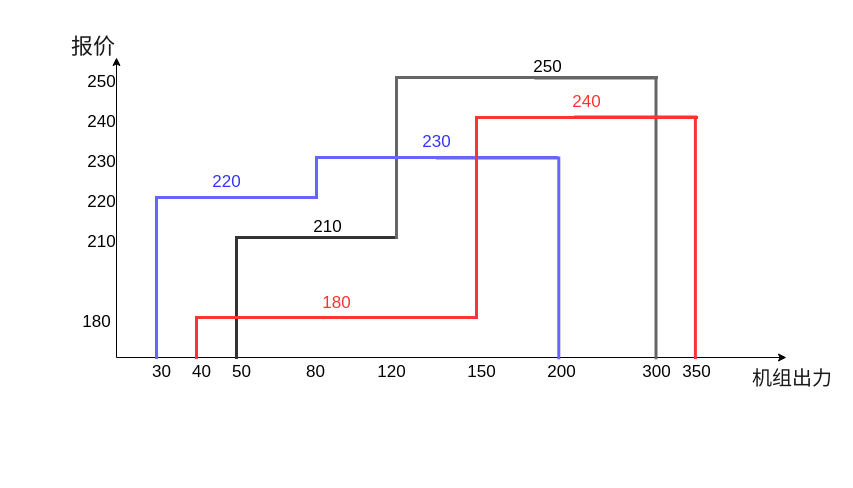
Above: 未命名绘图.drawio in larry989/larry989 (draw.io), before the change. Source tidied: cells renumbered, new cells numbered last; positions are measured from the earlier drawing's top-left corner, leaving out a move shared by most shapes. Both pictures are drawn from the tidied source at 100%, with x=0, y=0 at pixel (17, 17).
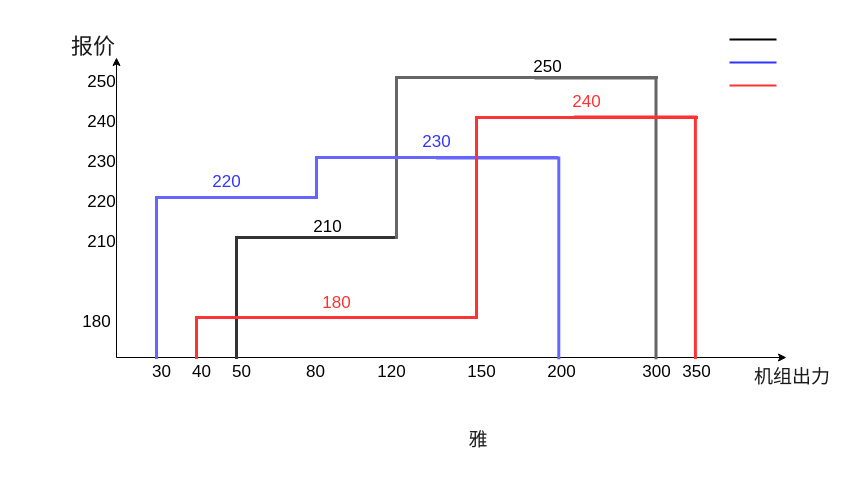
The same page after the edit.

Commit message (it also covers changes not shown here):
更新未命名绘图.drawio

What changed in the source:
```diff
@@
-    <mxCell id="34" value="&lt;p class=&quot;MsoNormal&quot; style=&quot;text-indent: 24pt; font-size: 20px;&quot;&gt;&lt;span style=&quot;font-size: 20px;&quot;&gt;机组出力&lt;/span&gt;&lt;span lang=&quot;EN-US&quot; style=&quot;font-size: 20px;&quot;&gt;&lt;/span&gt;&lt;/p&gt;" style="rounded=0;whiteSpace=wrap;html=1;fontSize=20;strokeWidth=3;fillColor=none;strokeColor=none;fontColor=#1A1A1A;" parent="1" vertex="1">
+    <mxCell id="34" value="&lt;p class=&quot;MsoNormal&quot; style=&quot;text-indent: 24pt; font-size: 19px;&quot;&gt;&lt;span style=&quot;font-size: 19px;&quot;&gt;机组出力&lt;/span&gt;&lt;span lang=&quot;EN-US&quot; style=&quot;font-size: 19px;&quot;&gt;&lt;/span&gt;&lt;/p&gt;" style="rounded=0;whiteSpace=wrap;html=1;fontSize=19;strokeWidth=3;fillColor=none;strokeColor=none;fontColor=#1A1A1A;" parent="1" vertex="1">
       <mxGeometry x="699" y="330" width="120" height="60" as="geometry" />
     </mxCell>
@@
+    <mxCell id="37" style="line;strokeWidth=2;html=1;fontSize=20;fontColor=#1A1A1A;fillColor=none;" parent="1" vertex="1">
+      <mxGeometry x="712" y="17" width="47" height="10" as="geometry" />
+    </mxCell>
+    <mxCell id="38" style="line;strokeWidth=2;html=1;fontSize=20;fontColor=#1A1A1A;fillColor=none;strokeColor=#3333FF;" parent="1" vertex="1">
+      <mxGeometry x="712" y="40" width="47" height="10" as="geometry" />
+    </mxCell>
+    <mxCell id="39" style="line;strokeWidth=2;html=1;fontSize=20;fontColor=#1A1A1A;fillColor=none;strokeColor=#FF3333;" parent="1" vertex="1">
+      <mxGeometry x="712" y="63" width="47" height="10" as="geometry" />
+    </mxCell>
+    <mxCell id="40" value="&lt;p class=&quot;MsoNormal&quot; style=&quot;text-indent: 24pt ; font-size: 19px&quot;&gt;&lt;span style=&quot;font-size: 19px&quot;&gt;雅&lt;/span&gt;&lt;span lang=&quot;EN-US&quot; style=&quot;font-size: 19px&quot;&gt;&lt;/span&gt;&lt;/p&gt;" style="rounded=0;whiteSpace=wrap;html=1;fontSize=19;strokeWidth=3;fillColor=none;strokeColor=none;fontColor=#1A1A1A;" parent="1" vertex="1">
+      <mxGeometry x="385" y="393" width="120" height="60" as="geometry" />
+    </mxCell>
```
